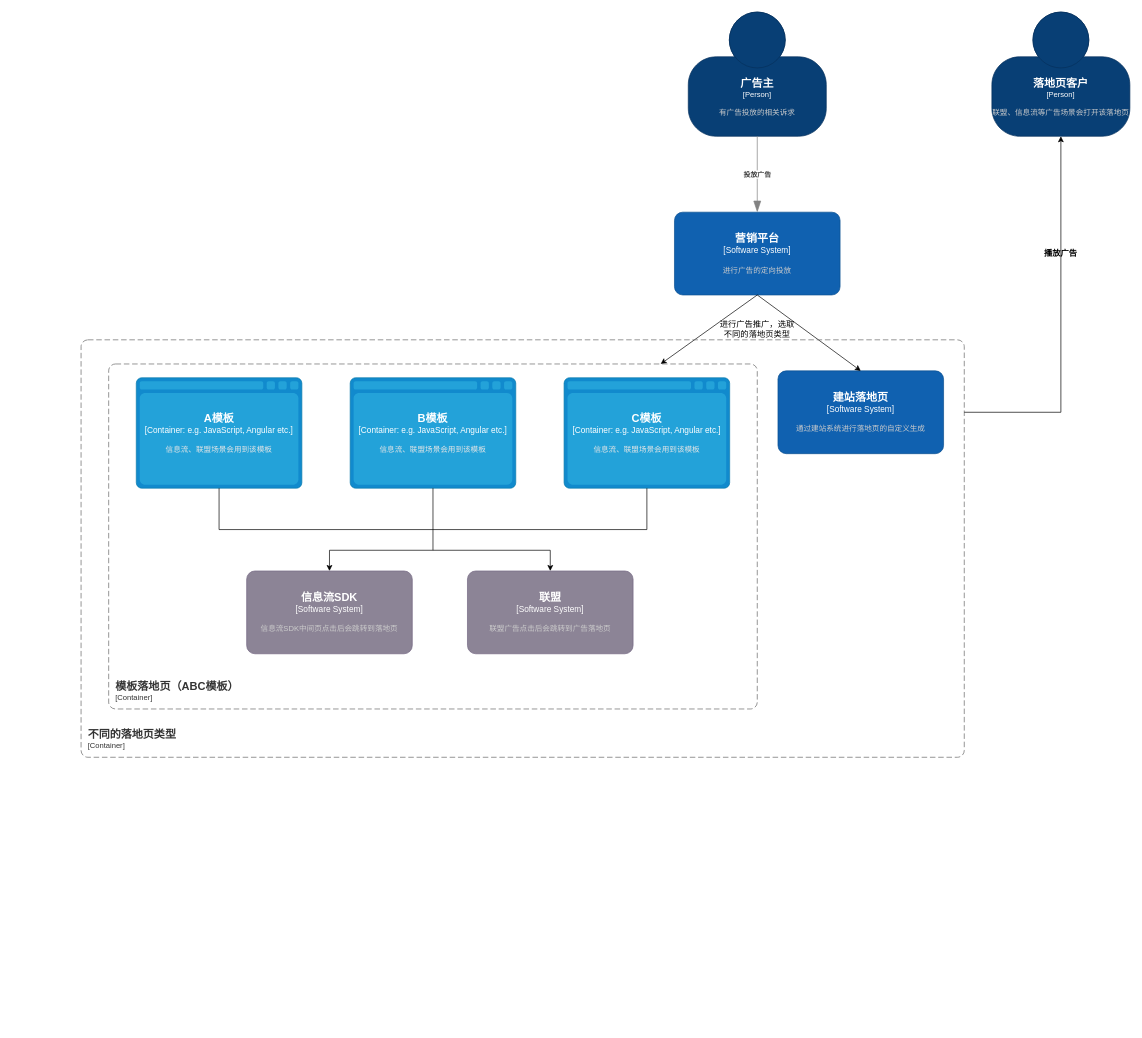
Before: 落地页模板-组件上下文.drawio in Hantron/jira, a draw.io diagram. Source tidied: cells renumbered, new cells numbered last; positions are measured from the earlier drawing's top-left corner, leaving out a move shared by most shapes. Both pictures are drawn from the tidied source at 69%, with x=0, y=0 at pixel (81, 12).
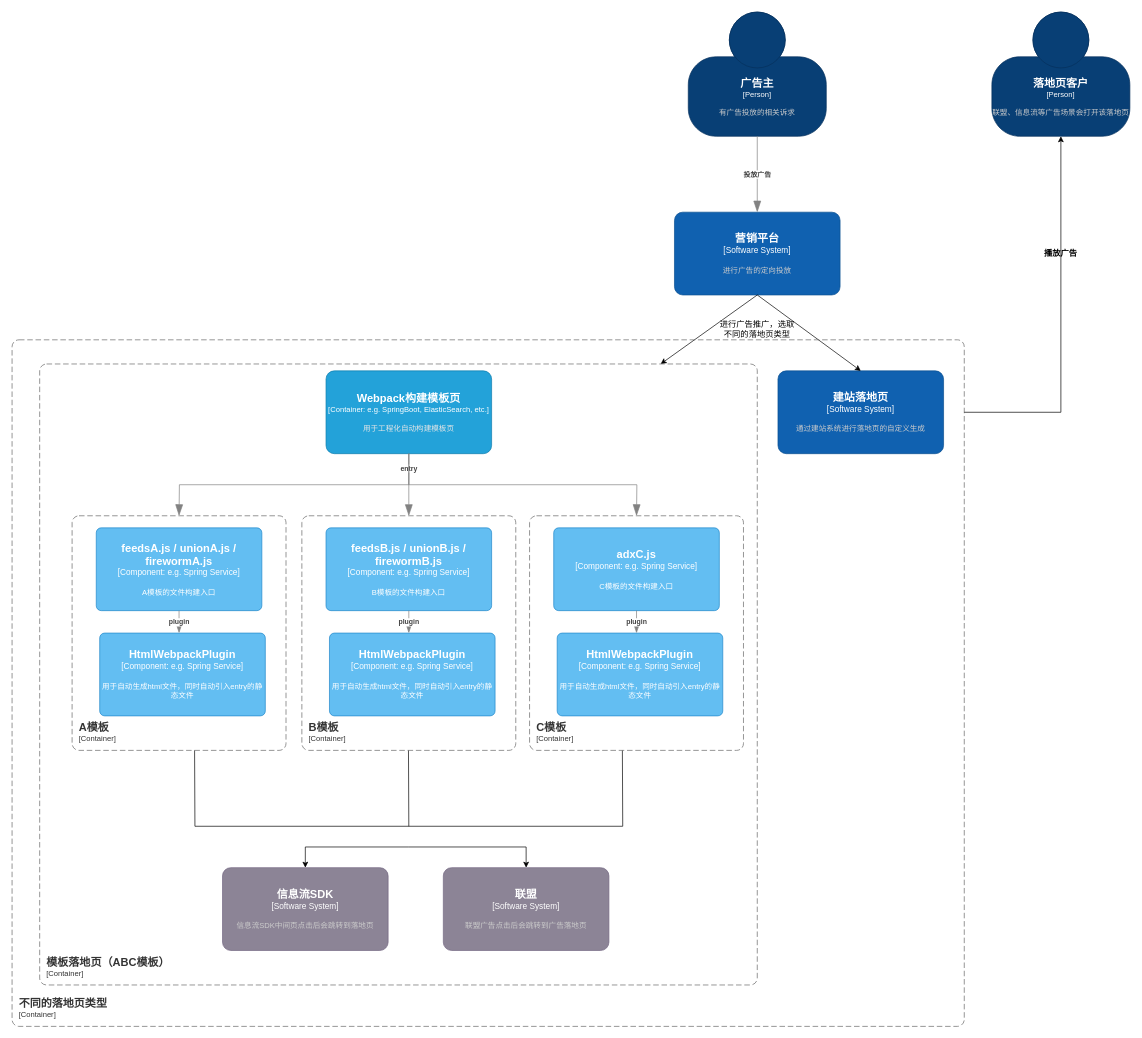
The same diagram, later.

Commit message:
更新落地页模板-组件上下文.drawio

What changed in the source:
```diff
@@
     <object id="10" label="&lt;font style=&quot;font-size: 16px&quot;&gt;&lt;b&gt;&lt;div style=&quot;text-align: left&quot;&gt;%c4Name%&lt;/div&gt;&lt;/b&gt;&lt;/font&gt;&lt;div style=&quot;text-align: left&quot;&gt;[%c4Application%]&lt;/div&gt;" c4Application="Container" c4Name="不同的落地页类型" placeholders="1">
       <mxCell style="rounded=1;fontSize=11;whiteSpace=wrap;html=1;dashed=1;arcSize=20;fillColor=none;strokeColor=#666666;fontColor=#333333;labelBackgroundColor=none;align=left;verticalAlign=bottom;labelBorderColor=none;spacingTop=0;spacing=10;dashPattern=8 4;perimeter=rectanglePerimeter;noLabel=0;labelPadding=0;absoluteArcSize=1;" parent="1" vertex="1">
-        <mxGeometry y="475" width="1280" height="605" as="geometry" />
+        <mxGeometry x="-100" y="475" width="1380" height="995" as="geometry" />
       </mxCell>
     </object>
@@
     <object id="13" label="&lt;font style=&quot;font-size: 16px&quot;&gt;&lt;b&gt;&lt;div style=&quot;text-align: left&quot;&gt;%c4Name%&lt;/div&gt;&lt;/b&gt;&lt;/font&gt;&lt;div style=&quot;text-align: left&quot;&gt;[%c4Application%]&lt;/div&gt;" c4Application="Container" c4Name="模板落地页（ABC模板）" placeholders="1">
       <mxCell style="rounded=1;fontSize=11;whiteSpace=wrap;html=1;dashed=1;arcSize=20;fillColor=none;strokeColor=#666666;fontColor=#333333;labelBackgroundColor=none;align=left;verticalAlign=bottom;labelBorderColor=none;spacingTop=0;spacing=10;dashPattern=8 4;perimeter=rectanglePerimeter;noLabel=0;labelPadding=0;absoluteArcSize=1;" parent="1" vertex="1">
-        <mxGeometry x="40" y="510" width="940" height="500" as="geometry" />
+        <mxGeometry x="-60" y="510" width="1040" height="900" as="geometry" />
       </mxCell>
     </object>
-    <object id="14" label="&lt;font style=&quot;font-size: 16px&quot;&gt;&lt;b&gt;%c4Type%&lt;/b&gt;&lt;/font&gt;&lt;div&gt;[%c4Container%:&amp;nbsp;%c4Technology%]&lt;/div&gt;&lt;br&gt;&lt;div&gt;&lt;font style=&quot;font-size: 11px&quot;&gt;&lt;font color=&quot;#E6E6E6&quot;&gt;%c4Description%&lt;/font&gt;&lt;/div&gt;" c4Container="Container" c4Description="信息流、联盟场景会用到该模板" c4Technology="e.g. JavaScript, Angular etc." c4Type="A模板" placeholders="1">
-      <mxCell style="shape=mxgraph.c4.webBrowserContainer2;whiteSpace=wrap;html=1;boundedLbl=1;rounded=0;labelBackgroundColor=none;strokeColor=#118ACD;fillColor=#23A2D9;strokeColor=#118ACD;strokeColor2=#0E7DAD;fontSize=12;fontColor=#ffffff;align=center;points=[[0.5,0,0],[1,0.25,0],[1,0.5,0],[1,0.75,0],[0.5,1,0],[0,0.75,0],[0,0.5,0],[0,0.25,0]];" parent="1" vertex="1">
-        <mxGeometry x="80" y="530" width="240" height="160" as="geometry" />
-      </mxCell>
-    </object>
-    <object id="15" label="&lt;font style=&quot;font-size: 16px&quot;&gt;&lt;b&gt;%c4Type%&lt;/b&gt;&lt;/font&gt;&lt;div&gt;[%c4Container%:&amp;nbsp;%c4Technology%]&lt;/div&gt;&lt;br&gt;&lt;div&gt;&lt;font style=&quot;font-size: 11px&quot;&gt;&lt;font color=&quot;#E6E6E6&quot;&gt;%c4Description%&lt;/font&gt;&lt;/div&gt;" c4Container="Container" c4Description="信息流、联盟场景会用到该模板" c4Technology="e.g. JavaScript, Angular etc." c4Type="B模板" placeholders="1">
-      <mxCell style="shape=mxgraph.c4.webBrowserContainer2;whiteSpace=wrap;html=1;boundedLbl=1;rounded=0;labelBackgroundColor=none;strokeColor=#118ACD;fillColor=#23A2D9;strokeColor=#118ACD;strokeColor2=#0E7DAD;fontSize=12;fontColor=#ffffff;align=center;points=[[0.5,0,0],[1,0.25,0],[1,0.5,0],[1,0.75,0],[0.5,1,0],[0,0.75,0],[0,0.5,0],[0,0.25,0]];" parent="1" vertex="1">
-        <mxGeometry x="390" y="530" width="240" height="160" as="geometry" />
-      </mxCell>
-    </object>
-    <object id="16" label="&lt;font style=&quot;font-size: 16px&quot;&gt;&lt;b&gt;%c4Type%&lt;/b&gt;&lt;/font&gt;&lt;div&gt;[%c4Container%:&amp;nbsp;%c4Technology%]&lt;/div&gt;&lt;br&gt;&lt;div&gt;&lt;font style=&quot;font-size: 11px&quot;&gt;&lt;font color=&quot;#E6E6E6&quot;&gt;%c4Description%&lt;/font&gt;&lt;/div&gt;" c4Container="Container" c4Description="信息流、联盟场景会用到该模板" c4Technology="e.g. JavaScript, Angular etc." c4Type="C模板" placeholders="1">
-      <mxCell style="shape=mxgraph.c4.webBrowserContainer2;whiteSpace=wrap;html=1;boundedLbl=1;rounded=0;labelBackgroundColor=none;strokeColor=#118ACD;fillColor=#23A2D9;strokeColor=#118ACD;strokeColor2=#0E7DAD;fontSize=12;fontColor=#ffffff;align=center;points=[[0.5,0,0],[1,0.25,0],[1,0.5,0],[1,0.75,0],[0.5,1,0],[0,0.75,0],[0,0.5,0],[0,0.25,0]];" parent="1" vertex="1">
-        <mxGeometry x="700" y="530" width="240" height="160" as="geometry" />
-      </mxCell>
-    </object>
     <object id="17" label="&lt;font style=&quot;font-size: 16px&quot;&gt;&lt;b&gt;%c4Name%&lt;/b&gt;&lt;/font&gt;&lt;div&gt;[%c4Type%]&lt;/div&gt;&lt;br&gt;&lt;div&gt;&lt;font style=&quot;font-size: 11px&quot;&gt;&lt;font color=&quot;#cccccc&quot;&gt;%c4Description%&lt;/font&gt;&lt;/div&gt;" c4Description="信息流SDK中间页点击后会跳转到落地页" c4Name="信息流SDK" c4Type="Software System" placeholders="1">
       <mxCell style="rounded=1;whiteSpace=wrap;html=1;labelBackgroundColor=none;fillColor=#8C8496;fontColor=#ffffff;align=center;arcSize=10;strokeColor=#736782;points=[[0.25,0,0],[0.5,0,0],[0.75,0,0],[1,0.25,0],[1,0.5,0],[1,0.75,0],[0.75,1,0],[0.5,1,0],[0.25,1,0],[0,0.75,0],[0,0.5,0],[0,0.25,0]];" parent="1" vertex="1">
-        <mxGeometry x="240" y="810" width="240" height="120" as="geometry" />
+        <mxGeometry x="205" y="1240" width="240" height="120" as="geometry" />
       </mxCell>
     </object>
     <object id="18" label="&lt;font style=&quot;font-size: 16px&quot;&gt;&lt;b&gt;%c4Name%&lt;/b&gt;&lt;/font&gt;&lt;div&gt;[%c4Type%]&lt;/div&gt;&lt;br&gt;&lt;div&gt;&lt;font style=&quot;font-size: 11px&quot;&gt;&lt;font color=&quot;#cccccc&quot;&gt;%c4Description%&lt;/font&gt;&lt;/div&gt;" c4Description="联盟广告点击后会跳转到广告落地页" c4Name="联盟" c4Type="Software System" placeholders="1">
       <mxCell style="rounded=1;whiteSpace=wrap;html=1;labelBackgroundColor=none;fillColor=#8C8496;fontColor=#ffffff;align=center;arcSize=10;strokeColor=#736782;points=[[0.25,0,0],[0.5,0,0],[0.75,0,0],[1,0.25,0],[1,0.5,0],[1,0.75,0],[0.75,1,0],[0.5,1,0],[0.25,1,0],[0,0.75,0],[0,0.5,0],[0,0.25,0]];" parent="1" vertex="1">
-        <mxGeometry x="560" y="810" width="240" height="120" as="geometry" />
+        <mxGeometry x="525" y="1240" width="240" height="120" as="geometry" />
       </mxCell>
     </object>
-    <mxCell id="19" style="endArrow=none;html=1;rounded=0;entryX=0.5;entryY=1;entryDx=0;entryDy=0;entryPerimeter=0;" parent="1" edge="1" target="15">
+    <mxCell id="19" style="endArrow=none;html=1;rounded=0;entryX=0.5;entryY=1;entryDx=0;entryDy=0;entryPerimeter=0;" parent="1" edge="1">
       <mxGeometry relative="1" as="geometry">
-        <mxPoint x="510" y="780" as="sourcePoint" />
+        <mxPoint x="475" y="1180" as="sourcePoint" />
+        <mxPoint x="474.5" y="1070" as="targetPoint" />
       </mxGeometry>
     </mxCell>
-    <mxCell id="20" style="endArrow=none;html=1;rounded=0;entryX=0.5;entryY=1;entryDx=0;entryDy=0;entryPerimeter=0;" parent="1" edge="1" target="16">
+    <mxCell id="20" style="endArrow=none;html=1;rounded=0;entryX=0.5;entryY=1;entryDx=0;entryDy=0;entryPerimeter=0;" parent="1" edge="1">
       <mxGeometry relative="1" as="geometry">
-        <mxPoint x="820" y="750" as="sourcePoint" />
+        <mxPoint x="785" y="1180" as="sourcePoint" />
+        <mxPoint x="784.5" y="1070" as="targetPoint" />
       </mxGeometry>
     </mxCell>
-    <mxCell id="21" style="endArrow=none;html=1;rounded=0;entryX=0.5;entryY=1;entryDx=0;entryDy=0;entryPerimeter=0;" parent="1" edge="1" target="14">
+    <mxCell id="21" style="endArrow=none;html=1;rounded=0;entryX=0.5;entryY=1;entryDx=0;entryDy=0;entryPerimeter=0;" parent="1" edge="1">
       <mxGeometry relative="1" as="geometry">
-        <mxPoint x="200" y="750" as="sourcePoint" />
+        <mxPoint x="165" y="1180" as="sourcePoint" />
+        <mxPoint x="164.5" y="1070" as="targetPoint" />
       </mxGeometry>
     </mxCell>
     <mxCell id="22" style="endArrow=none;html=1;rounded=0;" parent="1" edge="1">
       <mxGeometry relative="1" as="geometry">
-        <mxPoint x="200" y="750" as="sourcePoint" />
-        <mxPoint x="820" y="750" as="targetPoint" />
+        <mxPoint x="165" y="1180" as="sourcePoint" />
+        <mxPoint x="785" y="1180" as="targetPoint" />
       </mxGeometry>
     </mxCell>
     <mxCell id="23" style="endArrow=classic;startArrow=classic;html=1;rounded=0;exitX=0.5;exitY=0;exitDx=0;exitDy=0;exitPerimeter=0;entryX=0.5;entryY=0;entryDx=0;entryDy=0;entryPerimeter=0;" parent="1" edge="1" source="17" target="18">
       <mxGeometry relative="1" as="geometry">
         <Array as="points">
-          <mxPoint x="360" y="780" />
-          <mxPoint x="510" y="780" />
-          <mxPoint x="680" y="780" />
+          <mxPoint x="325" y="1210" />
+          <mxPoint x="475" y="1210" />
+          <mxPoint x="645" y="1210" />
         </Array>
       </mxGeometry>
     </mxCell>
+    <object id="24" label="&lt;font style=&quot;font-size: 16px&quot;&gt;&lt;b&gt;%c4Name%&lt;/b&gt;&lt;/font&gt;&lt;div&gt;[%c4Type%: %c4Technology%]&lt;/div&gt;&lt;br&gt;&lt;div&gt;&lt;font style=&quot;font-size: 11px&quot;&gt;%c4Description%&lt;/font&gt;&lt;/div&gt;" c4Description="C模板的文件构建入口" c4Name="adxC.js" c4Technology="e.g. Spring Service" c4Type="Component" placeholders="1">
+      <mxCell style="rounded=1;whiteSpace=wrap;html=1;labelBackgroundColor=none;fillColor=#63BEF2;fontColor=#ffffff;align=center;arcSize=6;strokeColor=#2086C9;points=[[0.25,0,0],[0.5,0,0],[0.75,0,0],[1,0.25,0],[1,0.5,0],[1,0.75,0],[0.75,1,0],[0.5,1,0],[0.25,1,0],[0,0.75,0],[0,0.5,0],[0,0.25,0]];" parent="1" vertex="1">
+        <mxGeometry x="685" y="747.5" width="240" height="120" as="geometry" />
+      </mxCell>
+    </object>
+    <object id="25" label="&lt;font style=&quot;font-size: 16px&quot;&gt;&lt;b&gt;%c4Name%&lt;/b&gt;&lt;/font&gt;&lt;div&gt;[%c4Type%: %c4Technology%]&lt;/div&gt;&lt;br&gt;&lt;div&gt;&lt;font style=&quot;font-size: 11px&quot;&gt;%c4Description%&lt;/font&gt;&lt;/div&gt;" c4Description="用于自动生成html文件，同时自动引入entry的静态文件" c4Name="HtmlWebpackPlugin" c4Technology="e.g. Spring Service" c4Type="Component" placeholders="1">
+      <mxCell style="rounded=1;whiteSpace=wrap;html=1;labelBackgroundColor=none;fillColor=#63BEF2;fontColor=#ffffff;align=center;arcSize=6;strokeColor=#2086C9;" parent="1" vertex="1">
+        <mxGeometry x="690" y="900" width="240" height="120" as="geometry" />
+      </mxCell>
+    </object>
+    <object id="26" label="&lt;div style=&quot;text-align: left&quot;&gt;&lt;div style=&quot;text-align: center&quot;&gt;&lt;b&gt;%c4Description%&lt;/b&gt;&lt;/div&gt;" c4Description="plugin" placeholders="1">
+      <mxCell style="endArrow=blockThin;html=1;fontSize=10;fontColor=#404040;strokeWidth=1;endFill=1;strokeColor=#828282;elbow=vertical;endSize=14;startSize=14;jumpStyle=arc;jumpSize=16;rounded=0;edgeStyle=orthogonalEdgeStyle;exitX=0.5;exitY=1;exitDx=0;exitDy=0;exitPerimeter=0;" parent="1" edge="1" source="24">
+        <mxGeometry relative="1" as="geometry">
+          <mxPoint x="805" y="900" as="targetPoint" />
+        </mxGeometry>
+      </mxCell>
+    </object>
+    <object id="27" label="&lt;font style=&quot;font-size: 16px&quot;&gt;&lt;b&gt;&lt;div style=&quot;text-align: left&quot;&gt;%c4Name%&lt;/div&gt;&lt;/b&gt;&lt;/font&gt;&lt;div style=&quot;text-align: left&quot;&gt;[%c4Application%]&lt;/div&gt;" c4Application="Container" c4Name="C模板" placeholders="1">
+      <mxCell style="rounded=1;fontSize=11;whiteSpace=wrap;html=1;dashed=1;arcSize=20;fillColor=none;strokeColor=#666666;fontColor=#333333;labelBackgroundColor=none;align=left;verticalAlign=bottom;labelBorderColor=none;spacingTop=0;spacing=10;dashPattern=8 4;perimeter=rectanglePerimeter;noLabel=0;labelPadding=0;absoluteArcSize=1;" parent="1" vertex="1">
+        <mxGeometry x="650" y="730" width="310" height="340" as="geometry" />
+      </mxCell>
+    </object>
+    <object id="28" label="&lt;font style=&quot;font-size: 16px&quot;&gt;&lt;b&gt;%c4Name%&lt;/b&gt;&lt;/font&gt;&lt;div&gt;[%c4Type%: %c4Technology%]&lt;/div&gt;&lt;br&gt;&lt;div&gt;&lt;font style=&quot;font-size: 11px&quot;&gt;&lt;font color=&quot;#E6E6E6&quot;&gt;%c4Description%&lt;/font&gt;&lt;/div&gt;" c4Description="用于工程化自动构建模板页" c4Name="Webpack构建模板页" c4Technology="e.g. SpringBoot, ElasticSearch, etc." c4Type="Container" placeholders="1">
+      <mxCell style="rounded=1;whiteSpace=wrap;html=1;fontSize=11;labelBackgroundColor=none;fillColor=#23A2D9;fontColor=#ffffff;align=center;arcSize=10;strokeColor=#0E7DAD;points=[[0.25,0,0],[0.5,0,0],[0.75,0,0],[1,0.25,0],[1,0.5,0],[1,0.75,0],[0.75,1,0],[0.5,1,0],[0.25,1,0],[0,0.75,0],[0,0.5,0],[0,0.25,0]];" parent="1" vertex="1">
+        <mxGeometry x="355" y="520" width="240" height="120" as="geometry" />
+      </mxCell>
+    </object>
+    <object id="29" label="&lt;font style=&quot;font-size: 16px&quot;&gt;&lt;b&gt;%c4Name%&lt;/b&gt;&lt;/font&gt;&lt;div&gt;[%c4Type%: %c4Technology%]&lt;/div&gt;&lt;br&gt;&lt;div&gt;&lt;font style=&quot;font-size: 11px&quot;&gt;%c4Description%&lt;/font&gt;&lt;/div&gt;" c4Description="B模板的文件构建入口" c4Name="feedsB.js / unionB.js / firewormB.js" c4Technology="e.g. Spring Service" c4Type="Component" placeholders="1">
+      <mxCell style="rounded=1;whiteSpace=wrap;html=1;labelBackgroundColor=none;fillColor=#63BEF2;fontColor=#ffffff;align=center;arcSize=6;strokeColor=#2086C9;points=[[0.25,0,0],[0.5,0,0],[0.75,0,0],[1,0.25,0],[1,0.5,0],[1,0.75,0],[0.75,1,0],[0.5,1,0],[0.25,1,0],[0,0.75,0],[0,0.5,0],[0,0.25,0]];" parent="1" vertex="1">
+        <mxGeometry x="355" y="747.5" width="240" height="120" as="geometry" />
+      </mxCell>
+    </object>
+    <object id="30" label="&lt;div style=&quot;text-align: left&quot;&gt;&lt;div style=&quot;text-align: center&quot;&gt;&lt;b&gt;%c4Description%&lt;/b&gt;&lt;/div&gt;" c4Description="entry" placeholders="1">
+      <mxCell style="endArrow=blockThin;html=1;fontSize=10;fontColor=#404040;strokeWidth=1;endFill=1;strokeColor=#828282;elbow=vertical;endSize=14;startSize=14;jumpStyle=arc;jumpSize=16;rounded=0;edgeStyle=orthogonalEdgeStyle;exitX=0.5;exitY=1;exitDx=0;exitDy=0;exitPerimeter=0;" parent="1" edge="1" source="28">
+        <mxGeometry x="-0.54" relative="1" as="geometry">
+          <mxPoint x="475" y="730" as="targetPoint" />
+        </mxGeometry>
+      </mxCell>
+    </object>
+    <object id="31" label="&lt;font style=&quot;font-size: 16px&quot;&gt;&lt;b&gt;%c4Name%&lt;/b&gt;&lt;/font&gt;&lt;div&gt;[%c4Type%: %c4Technology%]&lt;/div&gt;&lt;br&gt;&lt;div&gt;&lt;font style=&quot;font-size: 11px&quot;&gt;%c4Description%&lt;/font&gt;&lt;/div&gt;" c4Description="用于自动生成html文件，同时自动引入entry的静态文件" c4Name="HtmlWebpackPlugin" c4Technology="e.g. Spring Service" c4Type="Component" placeholders="1">
+      <mxCell style="rounded=1;whiteSpace=wrap;html=1;labelBackgroundColor=none;fillColor=#63BEF2;fontColor=#ffffff;align=center;arcSize=6;strokeColor=#2086C9;" parent="1" vertex="1">
+        <mxGeometry x="360" y="900" width="240" height="120" as="geometry" />
+      </mxCell>
+    </object>
+    <object id="32" label="&lt;div style=&quot;text-align: left&quot;&gt;&lt;div style=&quot;text-align: center&quot;&gt;&lt;b&gt;%c4Description%&lt;/b&gt;&lt;/div&gt;" c4Description="plugin" placeholders="1">
+      <mxCell style="endArrow=blockThin;html=1;fontSize=10;fontColor=#404040;strokeWidth=1;endFill=1;strokeColor=#828282;elbow=vertical;endSize=14;startSize=14;jumpStyle=arc;jumpSize=16;rounded=0;edgeStyle=orthogonalEdgeStyle;exitX=0.5;exitY=1;exitDx=0;exitDy=0;exitPerimeter=0;" parent="1" edge="1" source="29">
+        <mxGeometry relative="1" as="geometry">
+          <mxPoint x="475" y="900" as="targetPoint" />
+        </mxGeometry>
+      </mxCell>
+    </object>
+    <object id="33" label="&lt;font style=&quot;font-size: 16px&quot;&gt;&lt;b&gt;&lt;div style=&quot;text-align: left&quot;&gt;%c4Name%&lt;/div&gt;&lt;/b&gt;&lt;/font&gt;&lt;div style=&quot;text-align: left&quot;&gt;[%c4Application%]&lt;/div&gt;" c4Application="Container" c4Name="B模板" placeholders="1">
+      <mxCell style="rounded=1;fontSize=11;whiteSpace=wrap;html=1;dashed=1;arcSize=20;fillColor=none;strokeColor=#666666;fontColor=#333333;labelBackgroundColor=none;align=left;verticalAlign=bottom;labelBorderColor=none;spacingTop=0;spacing=10;dashPattern=8 4;perimeter=rectanglePerimeter;noLabel=0;labelPadding=0;absoluteArcSize=1;" parent="1" vertex="1">
+        <mxGeometry x="320" y="730" width="310" height="340" as="geometry" />
+      </mxCell>
+    </object>
+    <mxCell id="34" style="endArrow=blockThin;html=1;fontSize=10;fontColor=#404040;strokeWidth=1;endFill=1;strokeColor=#828282;elbow=vertical;endSize=14;startSize=14;jumpStyle=arc;jumpSize=16;rounded=0;edgeStyle=orthogonalEdgeStyle;exitX=0.5;exitY=1;exitDx=0;exitDy=0;exitPerimeter=0;" parent="1" edge="1" source="28">
+      <mxGeometry relative="1" as="geometry">
+        <mxPoint x="805" y="730" as="targetPoint" />
+      </mxGeometry>
+    </mxCell>
+    <object id="35" label="&lt;font style=&quot;font-size: 16px&quot;&gt;&lt;b&gt;%c4Name%&lt;/b&gt;&lt;/font&gt;&lt;div&gt;[%c4Type%: %c4Technology%]&lt;/div&gt;&lt;br&gt;&lt;div&gt;&lt;font style=&quot;font-size: 11px&quot;&gt;%c4Description%&lt;/font&gt;&lt;/div&gt;" c4Description="A模板的文件构建入口" c4Name="feedsA.js / unionA.js / firewormA.js" c4Technology="e.g. Spring Service" c4Type="Component" placeholders="1">
+      <mxCell style="rounded=1;whiteSpace=wrap;html=1;labelBackgroundColor=none;fillColor=#63BEF2;fontColor=#ffffff;align=center;arcSize=6;strokeColor=#2086C9;points=[[0.25,0,0],[0.5,0,0],[0.75,0,0],[1,0.25,0],[1,0.5,0],[1,0.75,0],[0.75,1,0],[0.5,1,0],[0.25,1,0],[0,0.75,0],[0,0.5,0],[0,0.25,0]];" parent="1" vertex="1">
+        <mxGeometry x="22" y="747.5" width="240" height="120" as="geometry" />
+      </mxCell>
+    </object>
+    <object id="36" label="&lt;font style=&quot;font-size: 16px&quot;&gt;&lt;b&gt;%c4Name%&lt;/b&gt;&lt;/font&gt;&lt;div&gt;[%c4Type%: %c4Technology%]&lt;/div&gt;&lt;br&gt;&lt;div&gt;&lt;font style=&quot;font-size: 11px&quot;&gt;%c4Description%&lt;/font&gt;&lt;/div&gt;" c4Description="用于自动生成html文件，同时自动引入entry的静态文件" c4Name="HtmlWebpackPlugin" c4Technology="e.g. Spring Service" c4Type="Component" placeholders="1">
+      <mxCell style="rounded=1;whiteSpace=wrap;html=1;labelBackgroundColor=none;fillColor=#63BEF2;fontColor=#ffffff;align=center;arcSize=6;strokeColor=#2086C9;" parent="1" vertex="1">
+        <mxGeometry x="27" y="900" width="240" height="120" as="geometry" />
+      </mxCell>
+    </object>
+    <object id="37" label="&lt;div style=&quot;text-align: left&quot;&gt;&lt;div style=&quot;text-align: center&quot;&gt;&lt;b&gt;%c4Description%&lt;/b&gt;&lt;/div&gt;" c4Description="plugin" placeholders="1">
+      <mxCell style="endArrow=blockThin;html=1;fontSize=10;fontColor=#404040;strokeWidth=1;endFill=1;strokeColor=#828282;elbow=vertical;endSize=14;startSize=14;jumpStyle=arc;jumpSize=16;rounded=0;edgeStyle=orthogonalEdgeStyle;exitX=0.5;exitY=1;exitDx=0;exitDy=0;exitPerimeter=0;" parent="1" edge="1" source="35">
+        <mxGeometry relative="1" as="geometry">
+          <mxPoint x="142" y="900" as="targetPoint" />
+        </mxGeometry>
+      </mxCell>
+    </object>
+    <object id="38" label="&lt;font style=&quot;font-size: 16px&quot;&gt;&lt;b&gt;&lt;div style=&quot;text-align: left&quot;&gt;%c4Name%&lt;/div&gt;&lt;/b&gt;&lt;/font&gt;&lt;div style=&quot;text-align: left&quot;&gt;[%c4Application%]&lt;/div&gt;" c4Application="Container" c4Name="A模板" placeholders="1">
+      <mxCell style="rounded=1;fontSize=11;whiteSpace=wrap;html=1;dashed=1;arcSize=20;fillColor=none;strokeColor=#666666;fontColor=#333333;labelBackgroundColor=none;align=left;verticalAlign=bottom;labelBorderColor=none;spacingTop=0;spacing=10;dashPattern=8 4;perimeter=rectanglePerimeter;noLabel=0;labelPadding=0;absoluteArcSize=1;" parent="1" vertex="1">
+        <mxGeometry x="-13" y="730" width="310" height="340" as="geometry" />
+      </mxCell>
+    </object>
+    <mxCell id="39" style="endArrow=blockThin;html=1;fontSize=10;fontColor=#404040;strokeWidth=1;endFill=1;strokeColor=#828282;elbow=vertical;endSize=14;startSize=14;jumpStyle=arc;jumpSize=16;rounded=0;edgeStyle=orthogonalEdgeStyle;exitX=0.5;exitY=1;exitDx=0;exitDy=0;exitPerimeter=0;" parent="1" edge="1" source="28">
+      <mxGeometry relative="1" as="geometry">
+        <mxPoint x="142" y="730" as="targetPoint" />
+      </mxGeometry>
+    </mxCell>
```
